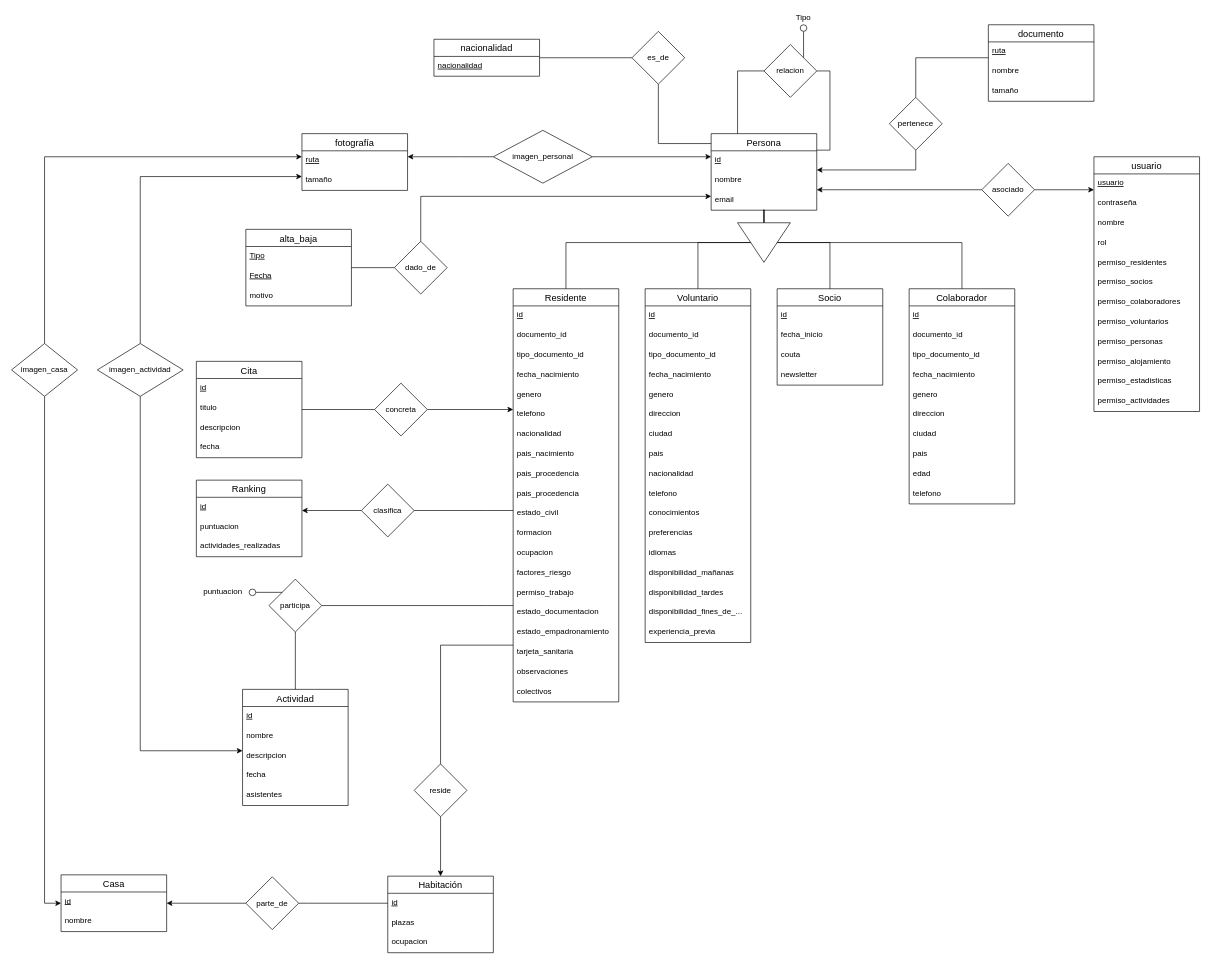
corderop/TFG keeps this draw.io diagram as diseno/base_de_datos/ER.drawio. Above is the earlier version. Source tidied: cells renumbered, new cells numbered last; positions are measured from the earlier drawing's top-left corner, leaving out a move shared by most shapes. Both pictures are drawn from the tidied source at 66%, with x=0, y=0 at pixel (11, 11).
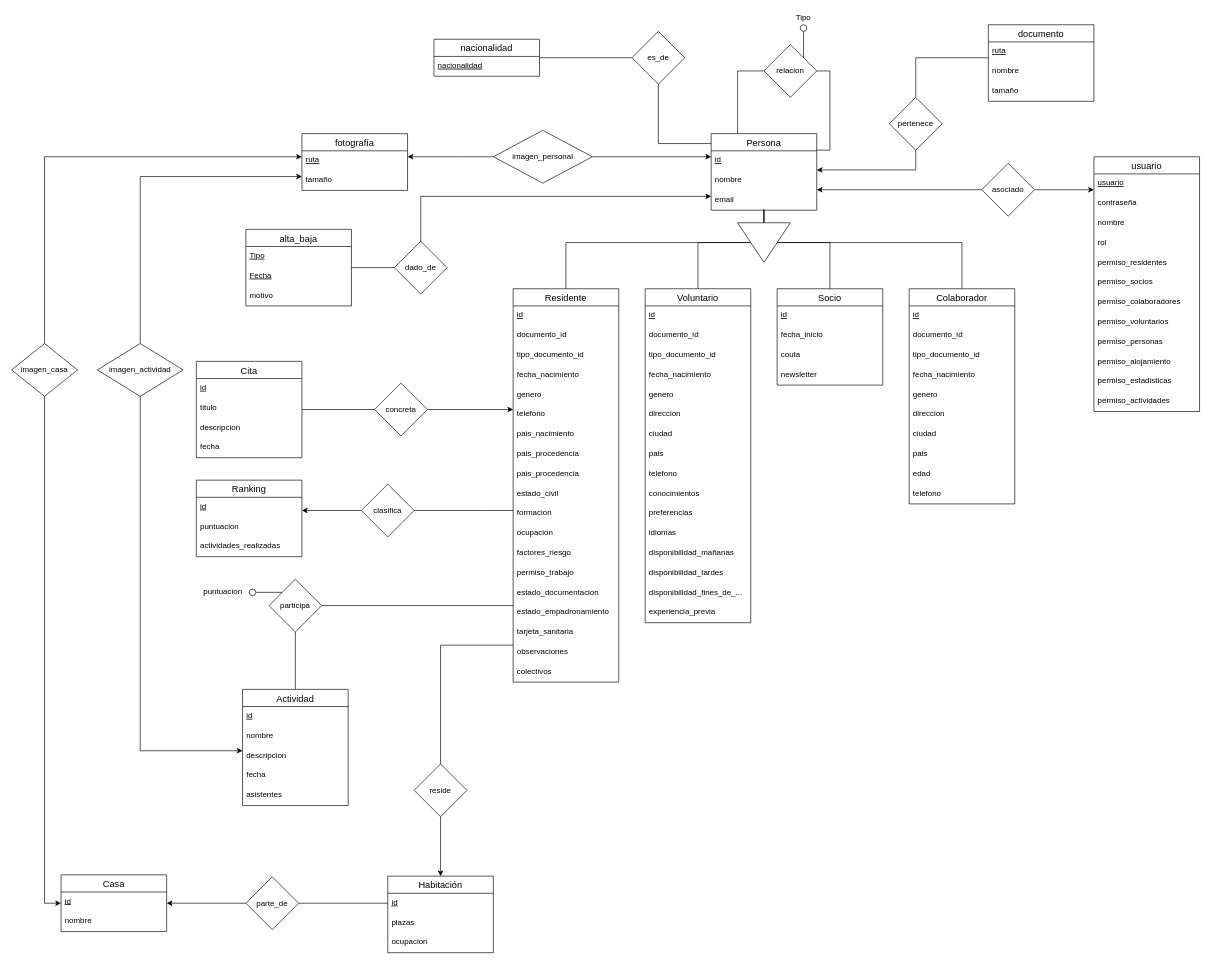
Above is the later version.

Commit message:
diseño: 🐛 Elimina nacionalidad como atributo en E/R

The edit, as a diff of the source:
```diff
@@
     <mxCell id="7" value="Voluntario" style="swimlane;fontStyle=0;horizontal=1;startSize=26;align=center;fontSize=14;" parent="1" vertex="1">
-      <mxGeometry x="960" y="420" width="160" height="536" as="geometry" />
+      <mxGeometry x="960" y="420" width="160" height="506" as="geometry" />
     </mxCell>
@@
-    <mxCell id="16" value="nacionalidad" style="text;strokeColor=none;fillColor=none;spacingLeft=4;spacingRight=4;overflow=hidden;fontSize=12;" parent="7" vertex="1">
-      <mxGeometry y="266" width="160" height="30" as="geometry" />
-    </mxCell>
     <mxCell id="17" value="telefono" style="text;strokeColor=none;fillColor=none;spacingLeft=4;spacingRight=4;overflow=hidden;fontSize=12;" parent="7" vertex="1">
-      <mxGeometry y="296" width="160" height="30" as="geometry" />
+      <mxGeometry y="266" width="160" height="30" as="geometry" />
     </mxCell>
     <mxCell id="18" value="conocimientos" style="text;strokeColor=none;fillColor=none;spacingLeft=4;spacingRight=4;overflow=hidden;fontSize=12;" parent="7" vertex="1">
-      <mxGeometry y="326" width="160" height="30" as="geometry" />
+      <mxGeometry y="296" width="160" height="30" as="geometry" />
     </mxCell>
     <mxCell id="19" value="preferencias" style="text;strokeColor=none;fillColor=none;spacingLeft=4;spacingRight=4;overflow=hidden;fontSize=12;" parent="7" vertex="1">
-      <mxGeometry y="356" width="160" height="30" as="geometry" />
+      <mxGeometry y="326" width="160" height="30" as="geometry" />
     </mxCell>
     <mxCell id="20" value="idiomas" style="text;strokeColor=none;fillColor=none;spacingLeft=4;spacingRight=4;overflow=hidden;fontSize=12;" parent="7" vertex="1">
-      <mxGeometry y="386" width="160" height="30" as="geometry" />
+      <mxGeometry y="356" width="160" height="30" as="geometry" />
     </mxCell>
     <mxCell id="21" value="disponibilidad_mañanas" style="text;strokeColor=none;fillColor=none;spacingLeft=4;spacingRight=4;overflow=hidden;fontSize=12;" parent="7" vertex="1">
-      <mxGeometry y="416" width="160" height="30" as="geometry" />
+      <mxGeometry y="386" width="160" height="30" as="geometry" />
     </mxCell>
     <mxCell id="22" value="disponibilidad_tardes" style="text;strokeColor=none;fillColor=none;spacingLeft=4;spacingRight=4;overflow=hidden;fontSize=12;" parent="7" vertex="1">
-      <mxGeometry y="446" width="160" height="30" as="geometry" />
+      <mxGeometry y="416" width="160" height="30" as="geometry" />
     </mxCell>
     <mxCell id="23" value="disponibilidad_fines_de_..." style="text;strokeColor=none;fillColor=none;spacingLeft=4;spacingRight=4;overflow=hidden;fontSize=12;" parent="7" vertex="1">
-      <mxGeometry y="476" width="160" height="30" as="geometry" />
+      <mxGeometry y="446" width="160" height="30" as="geometry" />
     </mxCell>
     <mxCell id="24" value="experiencia_previa" style="text;strokeColor=none;fillColor=none;spacingLeft=4;spacingRight=4;overflow=hidden;fontSize=12;" parent="7" vertex="1">
-      <mxGeometry y="506" width="160" height="30" as="geometry" />
+      <mxGeometry y="476" width="160" height="30" as="geometry" />
     </mxCell>
@@
     <mxCell id="41" value="Residente" style="swimlane;fontStyle=0;horizontal=1;startSize=26;align=center;fontSize=14;" parent="1" vertex="1">
-      <mxGeometry x="760" y="420" width="160" height="626" as="geometry" />
+      <mxGeometry x="760" y="420" width="160" height="596" as="geometry" />
     </mxCell>
@@
-    <mxCell id="48" value="nacionalidad" style="text;strokeColor=none;fillColor=none;spacingLeft=4;spacingRight=4;overflow=hidden;fontSize=12;" parent="41" vertex="1">
-      <mxGeometry y="206" width="160" height="30" as="geometry" />
-    </mxCell>
     <mxCell id="49" value="pais_nacimiento" style="text;strokeColor=none;fillColor=none;spacingLeft=4;spacingRight=4;overflow=hidden;fontSize=12;" parent="41" vertex="1">
-      <mxGeometry y="236" width="160" height="30" as="geometry" />
+      <mxGeometry y="206" width="160" height="30" as="geometry" />
     </mxCell>
     <mxCell id="50" value="pais_procedencia" style="text;strokeColor=none;fillColor=none;spacingLeft=4;spacingRight=4;overflow=hidden;fontSize=12;" parent="41" vertex="1">
-      <mxGeometry y="266" width="160" height="30" as="geometry" />
+      <mxGeometry y="236" width="160" height="30" as="geometry" />
     </mxCell>
     <mxCell id="51" value="pais_procedencia" style="text;strokeColor=none;fillColor=none;spacingLeft=4;spacingRight=4;overflow=hidden;fontSize=12;" parent="41" vertex="1">
-      <mxGeometry y="296" width="160" height="30" as="geometry" />
+      <mxGeometry y="266" width="160" height="30" as="geometry" />
     </mxCell>
     <mxCell id="52" value="estado_civil" style="text;strokeColor=none;fillColor=none;spacingLeft=4;spacingRight=4;overflow=hidden;fontSize=12;" parent="41" vertex="1">
-      <mxGeometry y="326" width="160" height="30" as="geometry" />
+      <mxGeometry y="296" width="160" height="30" as="geometry" />
     </mxCell>
     <mxCell id="53" value="formacion" style="text;strokeColor=none;fillColor=none;spacingLeft=4;spacingRight=4;overflow=hidden;fontSize=12;" parent="41" vertex="1">
-      <mxGeometry y="356" width="160" height="30" as="geometry" />
+      <mxGeometry y="326" width="160" height="30" as="geometry" />
     </mxCell>
     <mxCell id="54" value="ocupacion" style="text;strokeColor=none;fillColor=none;spacingLeft=4;spacingRight=4;overflow=hidden;fontSize=12;" parent="41" vertex="1">
-      <mxGeometry y="386" width="160" height="30" as="geometry" />
+      <mxGeometry y="356" width="160" height="30" as="geometry" />
     </mxCell>
     <mxCell id="55" value="factores_riesgo" style="text;strokeColor=none;fillColor=none;spacingLeft=4;spacingRight=4;overflow=hidden;fontSize=12;" parent="41" vertex="1">
-      <mxGeometry y="416" width="160" height="30" as="geometry" />
+      <mxGeometry y="386" width="160" height="30" as="geometry" />
     </mxCell>
     <mxCell id="56" value="permiso_trabajo" style="text;strokeColor=none;fillColor=none;spacingLeft=4;spacingRight=4;overflow=hidden;fontSize=12;" parent="41" vertex="1">
-      <mxGeometry y="446" width="160" height="30" as="geometry" />
+      <mxGeometry y="416" width="160" height="30" as="geometry" />
     </mxCell>
     <mxCell id="57" value="estado_documentacion" style="text;strokeColor=none;fillColor=none;spacingLeft=4;spacingRight=4;overflow=hidden;fontSize=12;" parent="41" vertex="1">
-      <mxGeometry y="476" width="160" height="30" as="geometry" />
+      <mxGeometry y="446" width="160" height="30" as="geometry" />
     </mxCell>
     <mxCell id="58" value="estado_empadronamiento" style="text;strokeColor=none;fillColor=none;spacingLeft=4;spacingRight=4;overflow=hidden;fontSize=12;" parent="41" vertex="1">
-      <mxGeometry y="506" width="160" height="30" as="geometry" />
+      <mxGeometry y="476" width="160" height="30" as="geometry" />
     </mxCell>
     <mxCell id="59" value="tarjeta_sanitaria" style="text;strokeColor=none;fillColor=none;spacingLeft=4;spacingRight=4;overflow=hidden;fontSize=12;" parent="41" vertex="1">
-      <mxGeometry y="536" width="160" height="30" as="geometry" />
+      <mxGeometry y="506" width="160" height="30" as="geometry" />
     </mxCell>
     <mxCell id="60" value="observaciones" style="text;strokeColor=none;fillColor=none;spacingLeft=4;spacingRight=4;overflow=hidden;fontSize=12;" parent="41" vertex="1">
-      <mxGeometry y="566" width="160" height="30" as="geometry" />
+      <mxGeometry y="536" width="160" height="30" as="geometry" />
     </mxCell>
     <mxCell id="61" value="colectivos" style="text;strokeColor=none;fillColor=none;spacingLeft=4;spacingRight=4;overflow=hidden;fontSize=12;" parent="41" vertex="1">
-      <mxGeometry y="596" width="160" height="30" as="geometry" />
+      <mxGeometry y="566" width="160" height="30" as="geometry" />
     </mxCell>
```
